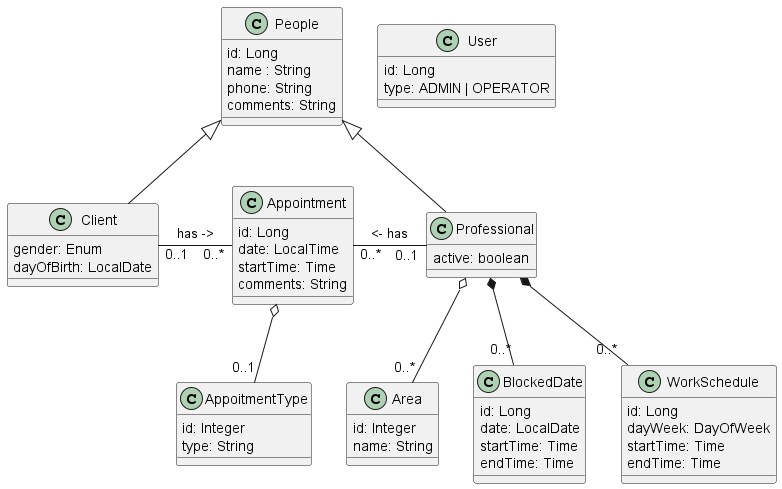
Before: out/docs/classes/Modelo conceitual.png, a diagram exported from PlantUML (glaucotodesco/bootcamp-agenda). The source it was exported from:
```plantuml
@startuml "Modelo conceitual"

class People {
    id: Long
    name : String
    phone: String
    comments: String
}

class Professional {
    active: boolean
}

class Client {
    gender: Enum
    dayOfBirth: LocalDate
}


class AppoitmentType {
    id: Integer
    type: String
}

class WorkSchedule {
    id: Long
    dayWeek: DayOfWeek
    startTime: Time
    endTime: Time
}

class Area {
    id: Integer
    name: String
}

class Appointment {
    id: Long
    date: LocalTime
    startTime: Time
    comments: String
}

class BlockedDate {
    id: Long
    date: LocalDate
    startTime: Time
    endTime: Time
}

class User {
    id: Long
    type: ADMIN | OPERATOR
}

People              <|--            Client
People              <|--            Professional
Professional        o--     "0..*"  Area
Professional        *--     "0..*"  WorkSchedule
Professional        *--     "0..*"  BlockedDate
Appointment         o--     "0..1"  AppoitmentType
Appointment "0..*"  -l-     "0..1"  Client            : has ->
Appointment "0..*"  -r-     "0..1"  Professional      : <- has



@enduml
```
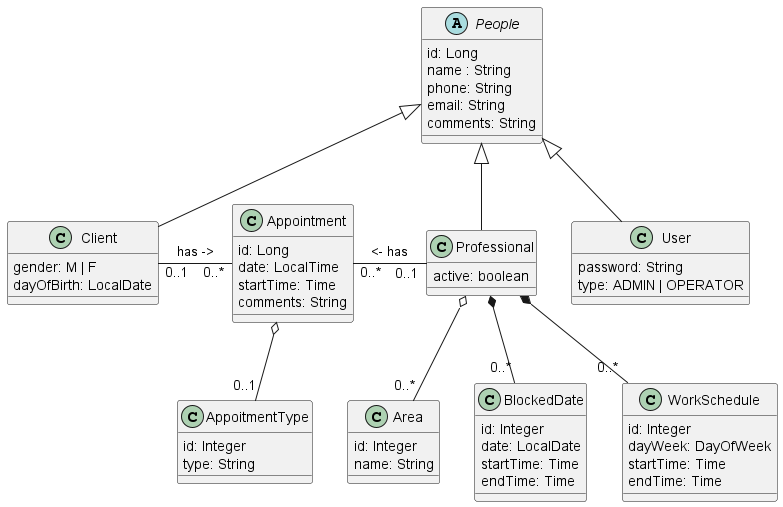
After the change.

Change to the diagram source:
```diff
@@ -1,9 +1,10 @@
 @startuml "Modelo conceitual"
 
-class People {
+abstract class People {
     id: Long
     name : String
     phone: String
+    email: String
     comments: String
 }
 
@@ -12,7 +13,7 @@
 }
 
 class Client {
-    gender: Enum
+    gender: M | F
     dayOfBirth: LocalDate
 }
 
@@ -23,7 +24,7 @@
 }
 
 class WorkSchedule {
-    id: Long
+    id: Integer
     dayWeek: DayOfWeek
     startTime: Time
     endTime: Time
@@ -42,19 +43,21 @@
 }
 
 class BlockedDate {
-    id: Long
+    id: Integer
     date: LocalDate
     startTime: Time
     endTime: Time
 }
 
 class User {
-    id: Long
+    password: String
     type: ADMIN | OPERATOR
+
 }
 
 People              <|--            Client
 People              <|--            Professional
+People              <|--            User
 Professional        o--     "0..*"  Area
 Professional        *--     "0..*"  WorkSchedule
 Professional        *--     "0..*"  BlockedDate
@@ -64,4 +67,5 @@
 
 
 
+
 @enduml
```
